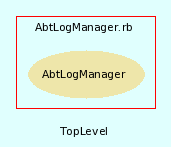
This is src/trunk/doc/dot/f_2.png from eschabell/abtlinux, a Graphviz export, as it was before one commit. Its source is kept beside it as src/trunk/doc/dot/f_2.dot.
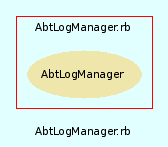
Above is the later version.

The edit, as a diff of the source:
```diff
@@ -3,7 +3,7 @@
     bgcolor = lightcyan1
     fontname = Arial
     fontsize = 8
-    label = "TopLevel"
+    label = "AbtLogManager.rb"
     node [
         fontname = Arial,
         fontsize = 8,
```
